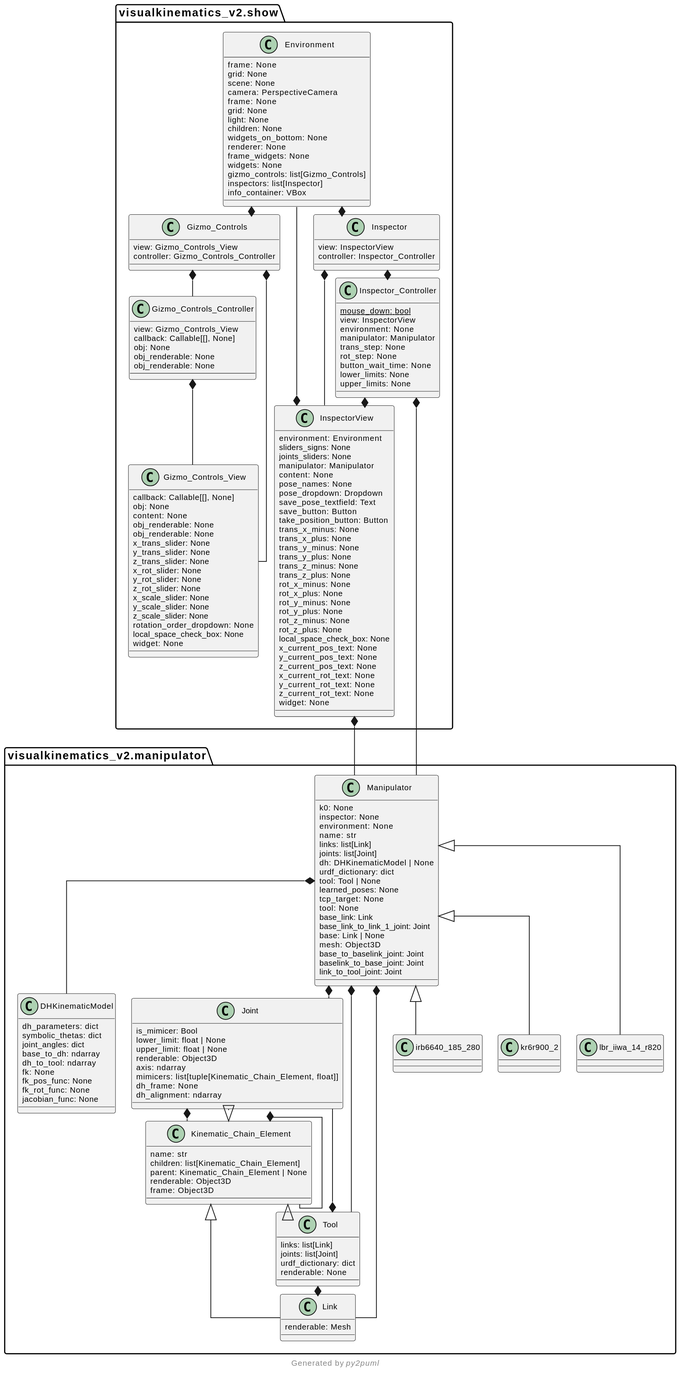
The PlantUML diagram docs/class_diagramm.svg in PSoldOut/visualkinematics_v2, before a commit.
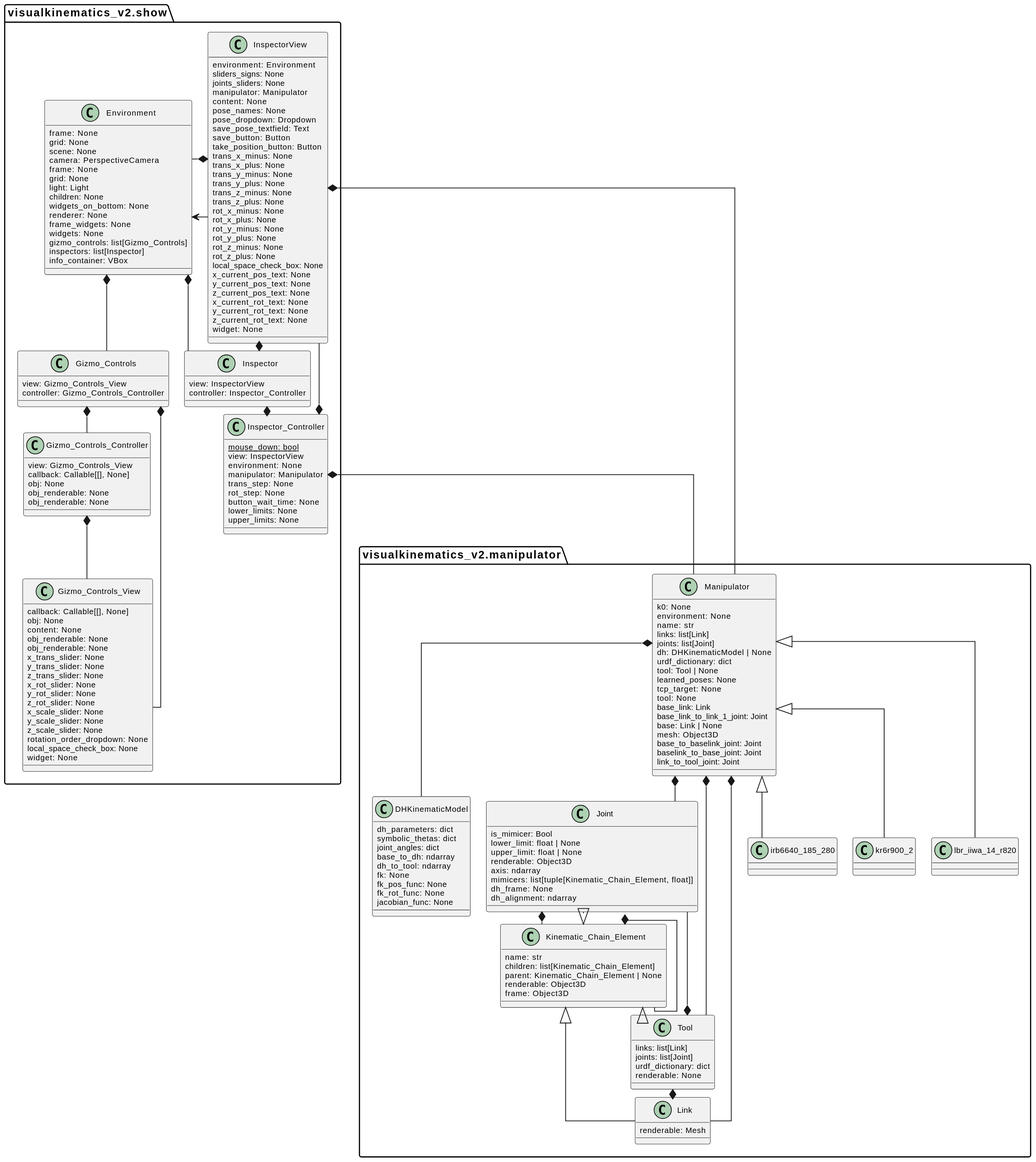
After the commit.

Change to the diagram source:
```diff
@@ -1,5 +1,7 @@
 @startuml
 !pragma useIntermediatePackages false
+
+
 
 skinparam dpi 150
 skinparam classAttributeIconSize 0
@@ -8,7 +10,6 @@
 skinparam linetype ortho
 skinparam nodesep 20
 skinparam ranksep 10
-
 
 
 
@@ -45,7 +46,6 @@
 }
 class visualkinematics_v2.manipulator.Manipulator {
   k0: None
-  inspector: None
   environment: None
   name: str
   links: list[Link]
@@ -83,7 +83,7 @@
   camera: PerspectiveCamera
   frame: None
   grid: None
-  light: None
+  light: Light
   children: None
   widgets_on_bottom: None
   renderer: None
@@ -195,5 +195,6 @@
 visualkinematics_v2.show.InspectorView *-- visualkinematics_v2.manipulator.Manipulator
 visualkinematics_v2.show.Inspector_Controller *-- visualkinematics_v2.show.InspectorView
 visualkinematics_v2.show.Inspector_Controller *-- visualkinematics_v2.manipulator.Manipulator
-footer Generated by //py2puml//
+
+visualkinematics_v2.show.InspectorView -right-> visualkinematics_v2.show.Environment
 @enduml
```
